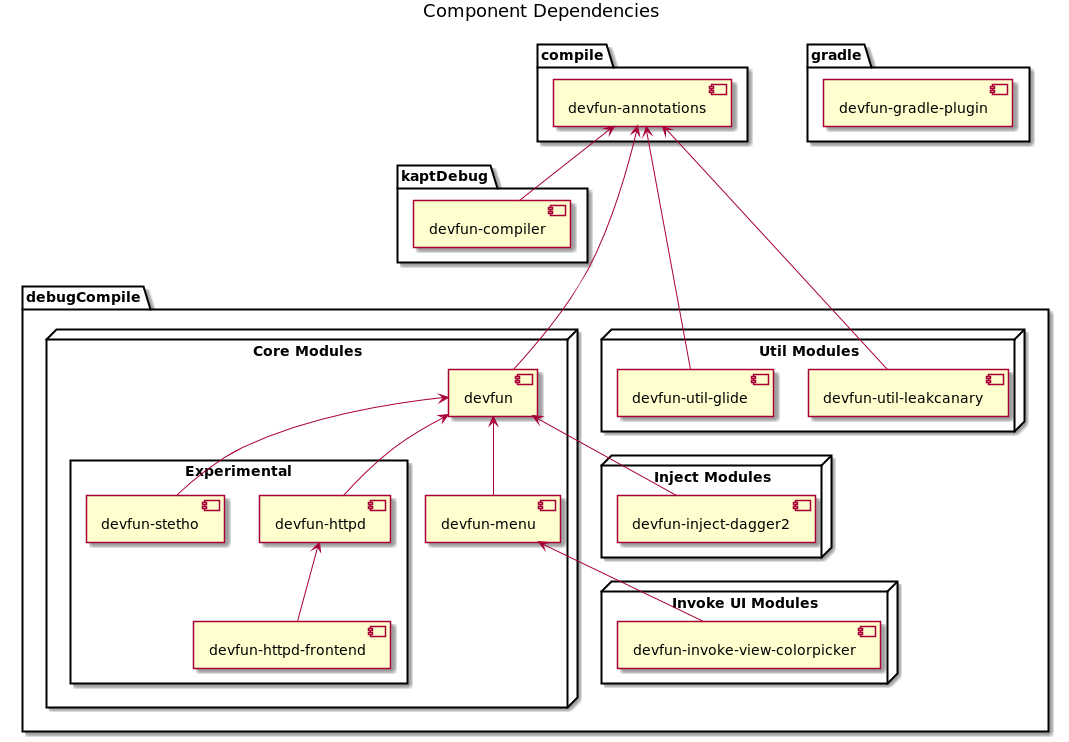
This is assets/uml/components.png from NextFaze/dev-fun, a PlantUML export, as it was before one commit. Its source is kept beside it as assets/uml/components.puml.
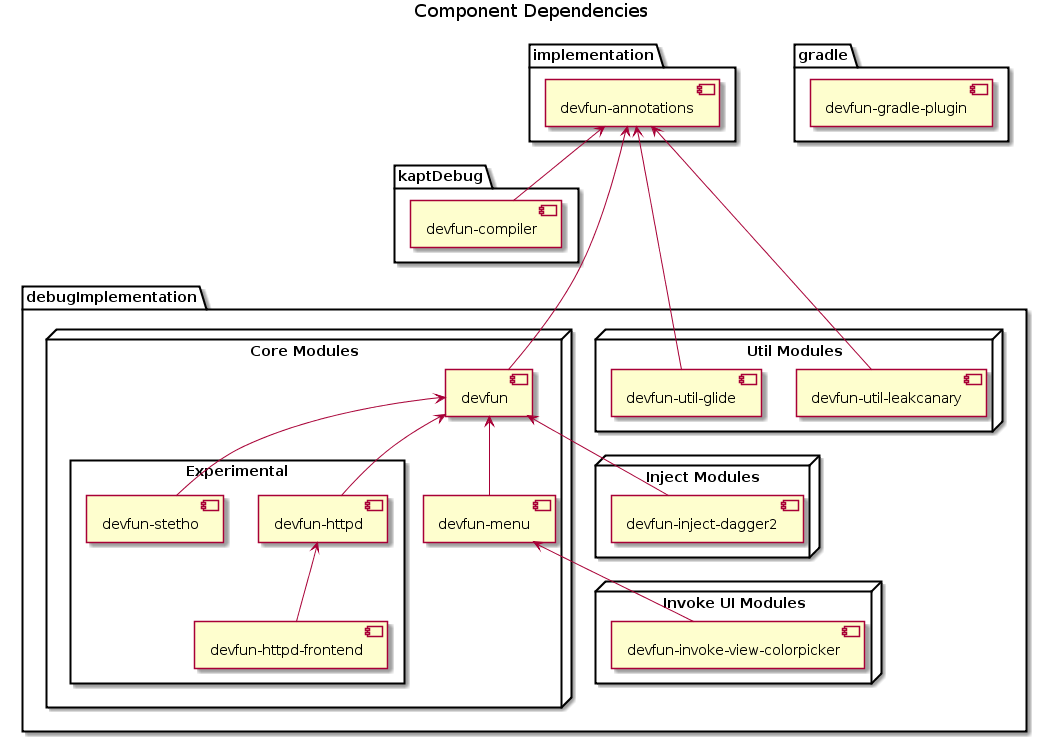
After the change.

What changed in the source:
```diff
@@ -3,7 +3,7 @@
 
 title Component Dependencies
 
-package "compile" {
+package "implementation" {
     [devfun-annotations] as Annotations [[https://nextfaze.github.io/dev-fun/]]
 }
 
@@ -12,7 +12,7 @@
     Annotations <-- Compiler
 }
 
-package "debugCompile" {
+package "debugImplementation" {
     node "Core Modules" {
         [devfun] as DevFun [[https://nextfaze.github.io/dev-fun/]]
         Annotations <-- DevFun
```
